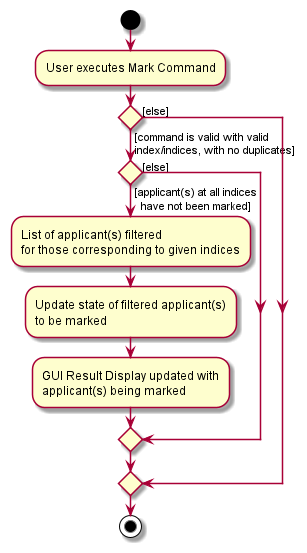
Before: docs/images/MarkCommandActivityDiagram.png, a diagram exported from PlantUML (nus-cs2103-AY2122S1/tp). Its diagram source:
```plantuml
@startuml

start
:User executes Mark Command;


if () then ([command is valid with valid
index/indices, with no duplicates])

    if () then ([applicant(s) at all indices
  have not been marked])
    :List of applicant(s) filtered
    for those corresponding to given indices;

    :Update state of filtered applicant(s)
    to be marked;

    :GUI Result Display updated with
    applicant(s) being marked;

    else ([else])

    endif

else([else])


endif
stop

@enduml
```
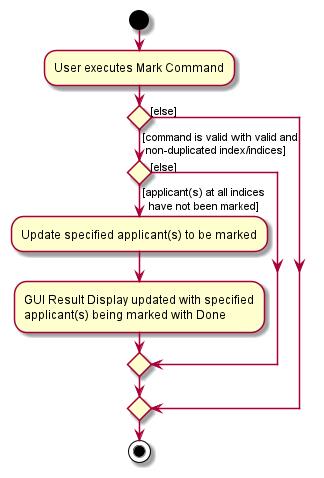
Later version of the same file.

Commit message:
Edit Activity Diagrams for Mark and Unmark

What changed in the source:
```diff
@@ -4,19 +4,16 @@
 :User executes Mark Command;
 
 
-if () then ([command is valid with valid
-index/indices, with no duplicates])
+if () then ([command is valid with valid and
+ non-duplicated index/indices])
 
     if () then ([applicant(s) at all indices
   have not been marked])
-    :List of applicant(s) filtered
-    for those corresponding to given indices;
 
-    :Update state of filtered applicant(s)
-    to be marked;
+    :Update specified applicant(s) to be marked;
 
-    :GUI Result Display updated with
-    applicant(s) being marked;
+    :GUI Result Display updated with specified
+    applicant(s) being marked with Done;
 
     else ([else])
 
```
